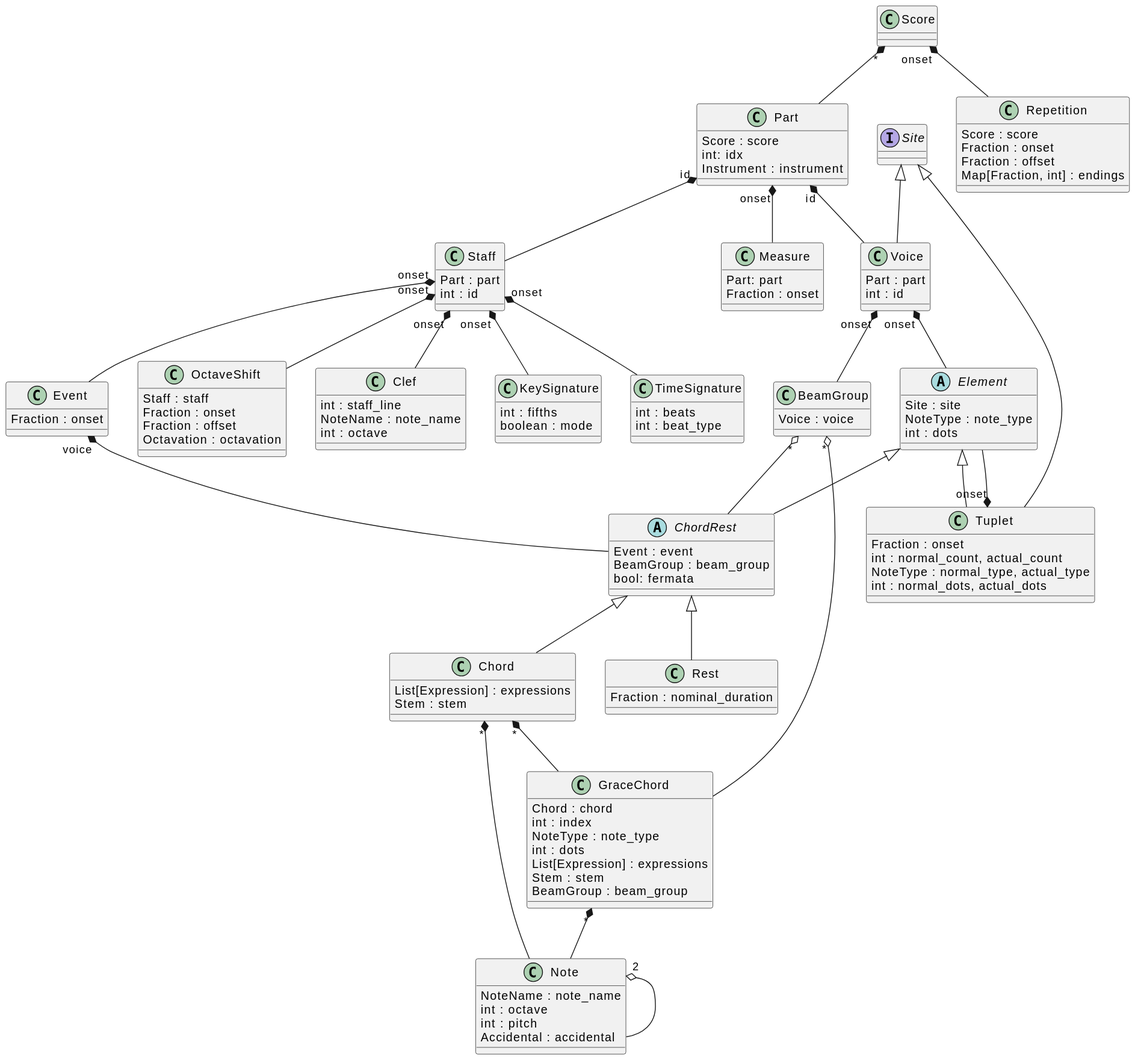
Before: docs/model.svg, a diagram exported from PlantUML (Daniel63656/MusicModelPython).
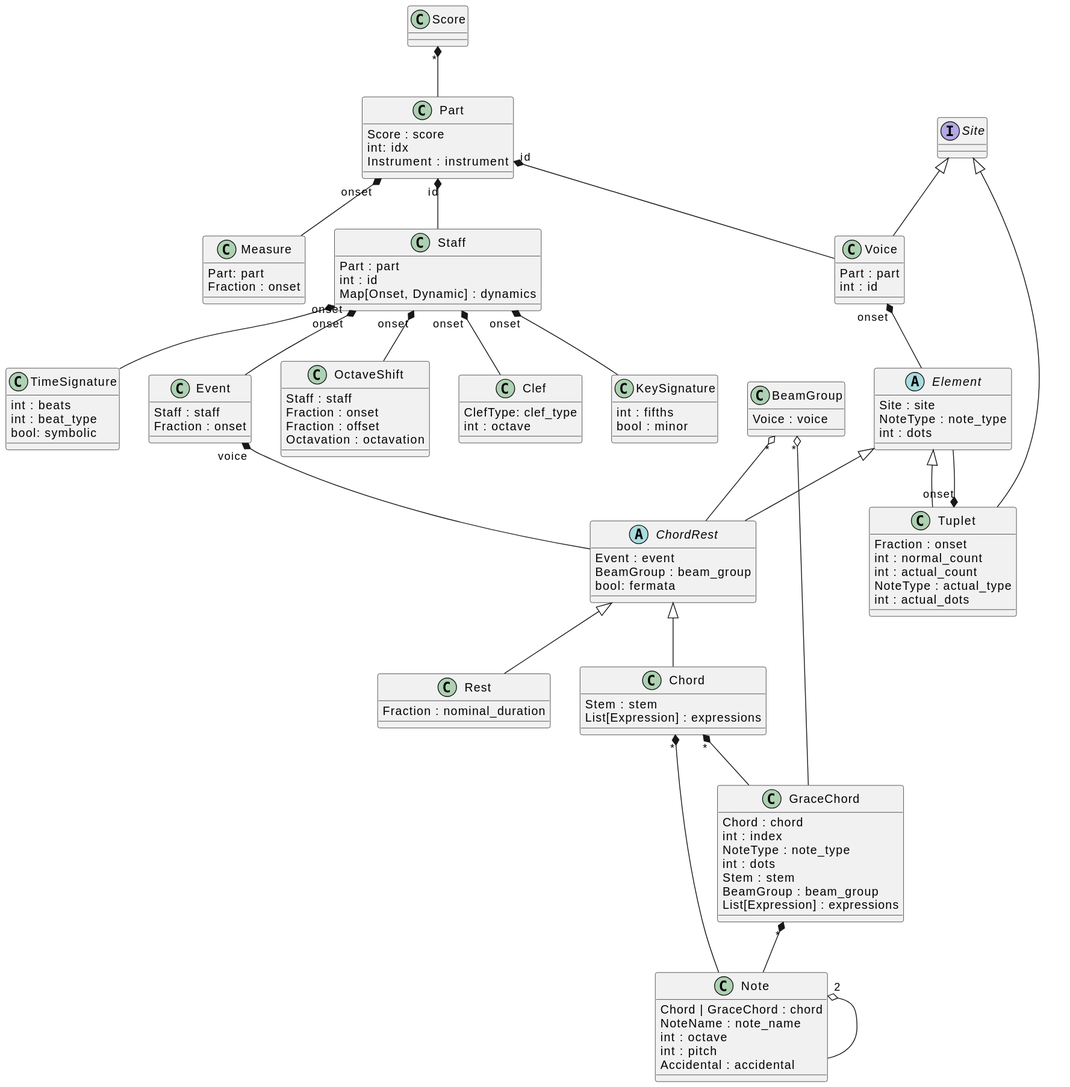
After the change.

The edit, as a diff of the source:
```diff
@@ -1,11 +1,5 @@
 @startuml
 class Score {
-}
-class Repetition {
-Score : score
-Fraction : onset
-Fraction : offset
-Map[Fraction, int] : endings
 }
 class Part {
 Score : score
@@ -15,22 +9,24 @@
 class Staff {
 Part : part
 int : id
+Map[Onset, Dynamic] : dynamics
 }
 class Event {
+Staff : staff
 Fraction : onset
 }
 class Clef {
-int : staff_line
-NoteName : note_name
+ClefType: clef_type
 int : octave
 }
 class KeySignature {
 int : fifths
-boolean : mode
+bool : minor
 }
 class TimeSignature {
 int : beats
 int : beat_type
+bool: symbolic
 }
 class OctaveShift {
 Staff : staff
@@ -50,9 +46,10 @@
 }
 class Tuplet {
 Fraction : onset
-int : normal_count, actual_count
-NoteType : normal_type, actual_type
-int : normal_dots, actual_dots
+int : normal_count
+int : actual_count
+NoteType : actual_type
+int : actual_dots
 }
 abstract class Element {
 Site : site
@@ -65,8 +62,8 @@
 bool: fermata
 }
 class Chord {
+Stem : stem
 List[Expression] : expressions
-Stem : stem
 }
 class Rest {
 Fraction : nominal_duration
@@ -76,11 +73,12 @@
 int : index
 NoteType : note_type
 int : dots
-List[Expression] : expressions
 Stem : stem
 BeamGroup : beam_group
+List[Expression] : expressions
 }
 class Note {
+Chord | GraceChord : chord
 NoteName : note_name
 int : octave
 int : pitch
@@ -92,16 +90,15 @@
 
 
 Score "*" *-- Part
-Score "onset" *-- Repetition
 Part "id" *-- Staff
 Part "id" *-- Voice
-Staff "onset" *--Event
-Staff "onset" *--Clef
-Staff "onset" *--KeySignature
-Staff "onset" *--TimeSignature
-Staff "onset" *--OctaveShift
+Staff "onset" *-- Event
+Staff "onset" *-- Clef
+Staff "onset" *-- KeySignature
+Staff "onset" *-- TimeSignature
+Staff "onset" *-- OctaveShift
 Part "onset" *-- Measure
-Voice "onset" *-- BeamGroup
+Voice -[hidden] BeamGroup
 Site <|-- Voice
 Site <|-- Tuplet
 Event "voice" *-- ChordRest
```
